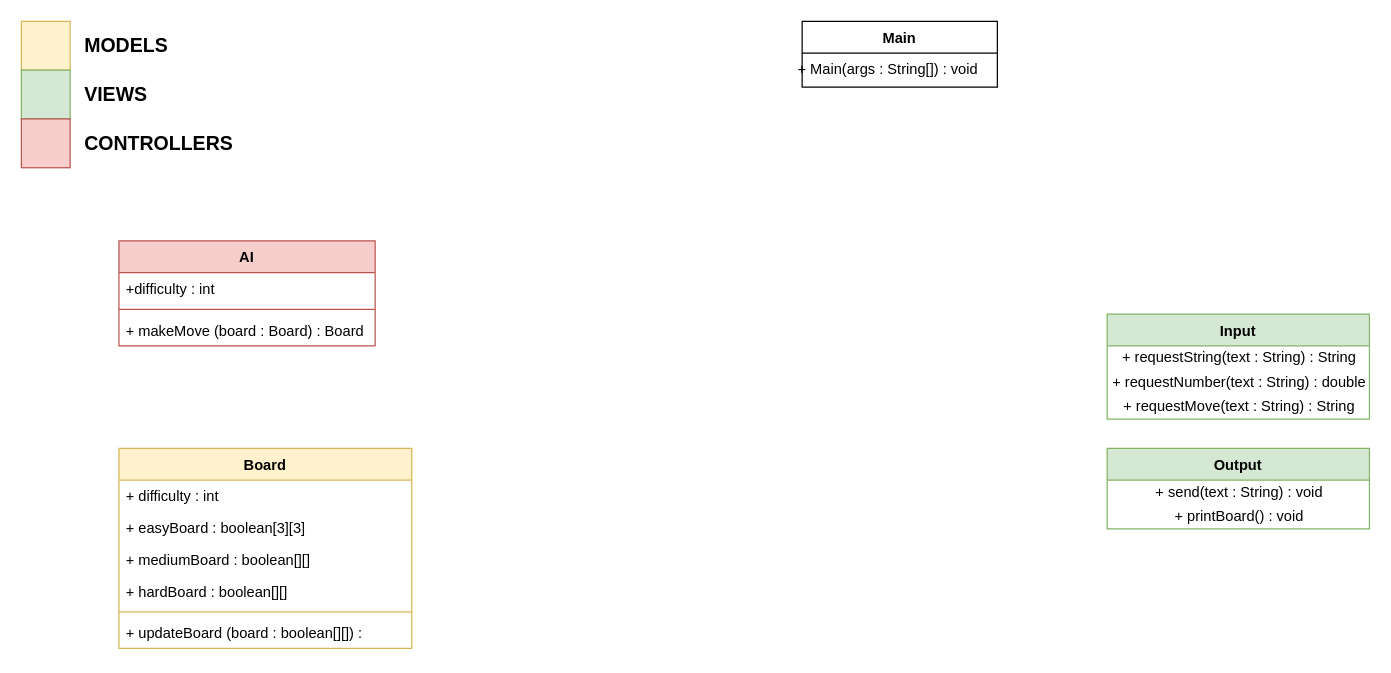
Before: UML-PSE.drawio in EShrestha/PSE-GameOfNim, a draw.io diagram. Source tidied: cells renumbered, new cells numbered last; positions are measured from the earlier drawing's top-left corner, leaving out a move shared by most shapes. Both pictures are drawn from the tidied source at 122%, with x=0, y=0 at pixel (21, 21).
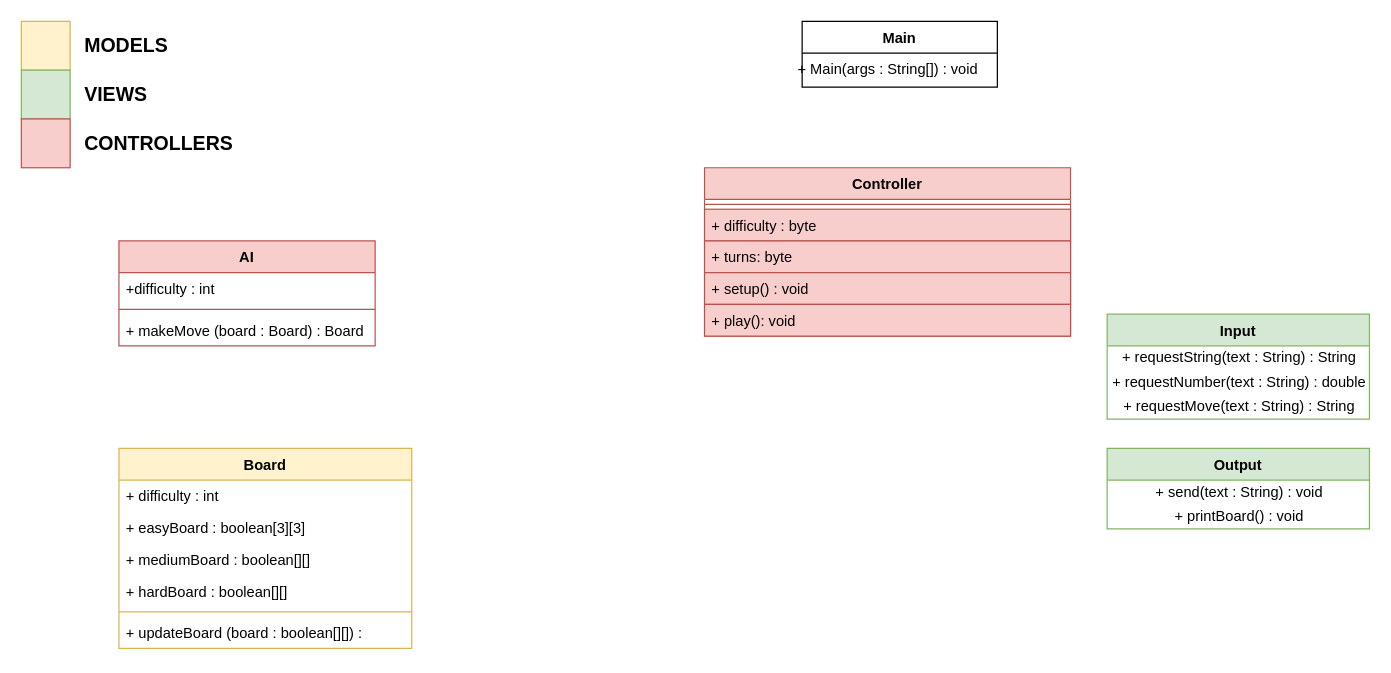
After the change.

The edit, as a diff of the source:
```diff
@@
+    <mxCell id="28" value="Controller" style="swimlane;fontStyle=1;align=center;verticalAlign=top;horizontal=1;startSize=26;fillColor=#f8cecc;strokeColor=#b85450;" parent="1" vertex="1">
+      <mxGeometry x="560" y="120" width="300" height="138" as="geometry" />
+    </mxCell>
+    <mxCell id="29" style="line;strokeWidth=1;fillColor=#f8cecc;align=left;verticalAlign=middle;spacingTop=-1;spacingLeft=3;spacingRight=3;labelPosition=right;strokeColor=#b85450;" parent="28" vertex="1">
+      <mxGeometry y="26" width="300" height="8" as="geometry" />
+    </mxCell>
+    <mxCell id="30" value="+ difficulty : byte" style="text;strokeColor=#b85450;fillColor=#f8cecc;align=left;verticalAlign=top;spacingLeft=4;spacingRight=4;overflow=hidden;" parent="28" vertex="1">
+      <mxGeometry y="34" width="300" height="26" as="geometry" />
+    </mxCell>
+    <mxCell id="31" value="+ turns: byte" style="text;strokeColor=#b85450;fillColor=#f8cecc;align=left;verticalAlign=top;spacingLeft=4;spacingRight=4;overflow=hidden;" parent="28" vertex="1">
+      <mxGeometry y="60" width="300" height="26" as="geometry" />
+    </mxCell>
+    <mxCell id="32" value="+ setup() : void" style="text;strokeColor=#b85450;fillColor=#f8cecc;align=left;verticalAlign=top;spacingLeft=4;spacingRight=4;overflow=hidden;" parent="28" vertex="1">
+      <mxGeometry y="86" width="300" height="26" as="geometry" />
+    </mxCell>
+    <mxCell id="33" value="+ play(): void" style="text;strokeColor=#b85450;fillColor=#f8cecc;align=left;verticalAlign=top;spacingLeft=4;spacingRight=4;overflow=hidden;" parent="28" vertex="1">
+      <mxGeometry y="112" width="300" height="26" as="geometry" />
+    </mxCell>
```
